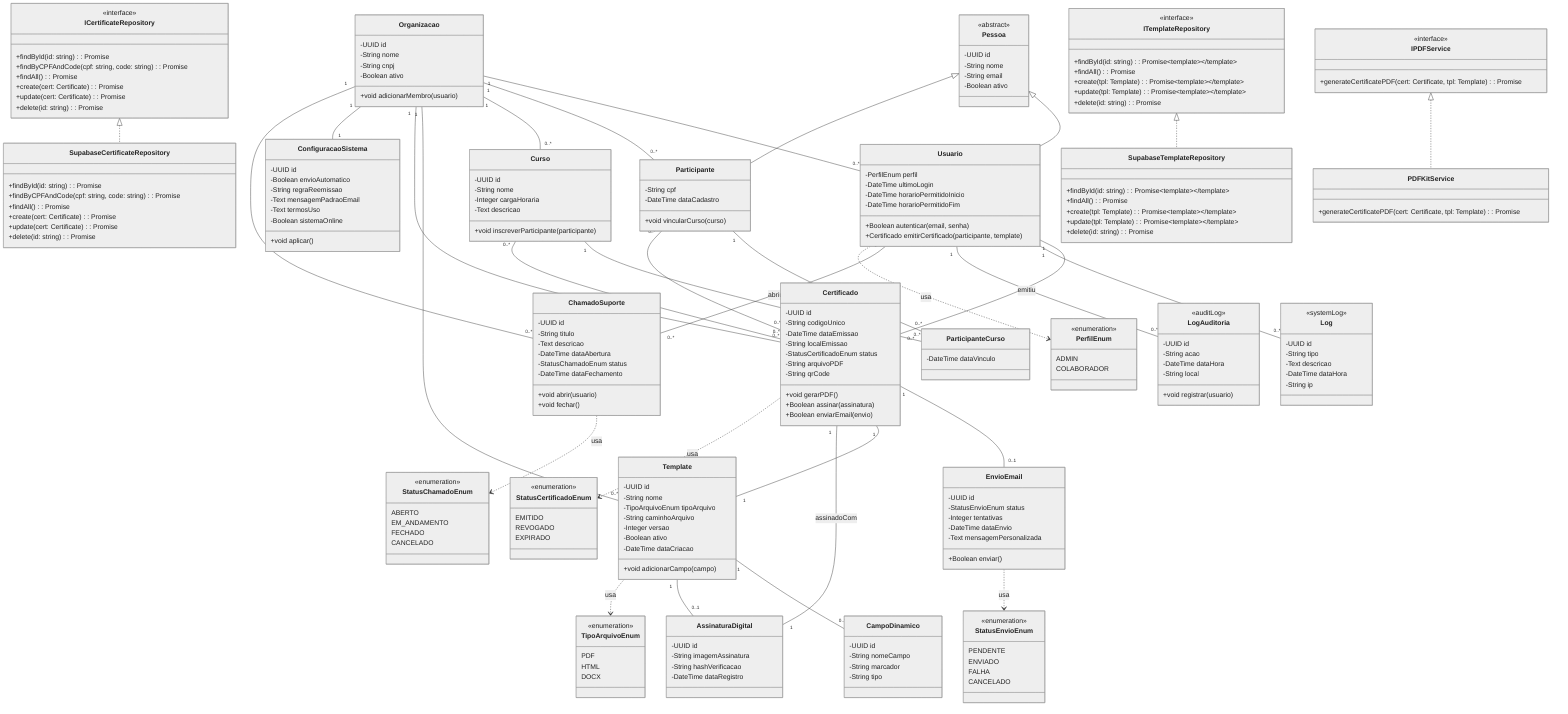
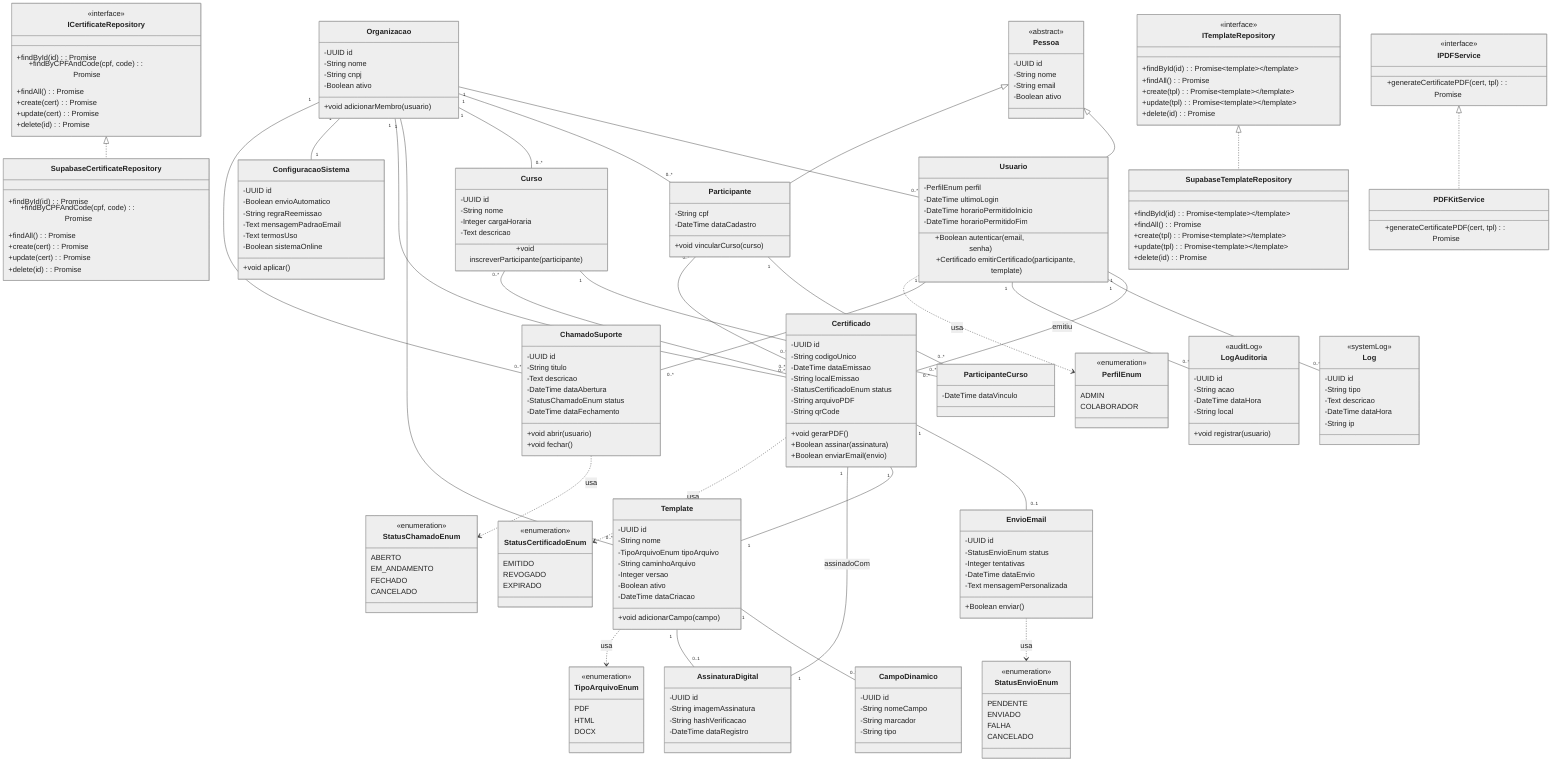
- %%{init: {'theme': 'neutral', 'themeVariables': {'lineColor': '#333333', 'primaryTextColor': '#222222', 'primaryColor': '#f4f4f4', 'primaryBorderColor': '#333333', 'secondaryColor': '#ffffff', 'fontSize': '16px', 'fontFamily': 'Arial'}}}%%
+ %%{init: {'theme': 'neutral', 'themeVariables': {'lineColor': '#333333', 'primaryTextColor': '#222222', 'primaryColor': '#f4f4f4', 'primaryBorderColor': '#333333', 'secondaryColor': '#ffffff', 'fontSize': '18px', 'fontFamily': 'Arial'}}}%%
classDiagram
+     direction TB
+ 
    class Pessoa {
      <<abstract>>
      -UUID id
      -String nome
      -String email
      -Boolean ativo
    }
    class Usuario {
      -PerfilEnum perfil
      -DateTime ultimoLogin
      -DateTime horarioPermitidoInicio
      -DateTime horarioPermitidoFim
      +Boolean autenticar(email, senha)
      +Certificado emitirCertificado(participante, template)
    }
    class Participante {
      -String cpf
      -DateTime dataCadastro
      +void vincularCurso(curso)
    }
    class Organizacao {
      -UUID id
      -String nome
      -String cnpj
      -Boolean ativo
      +void adicionarMembro(usuario)
    }
    class Curso {
      -UUID id
      -String nome
      -Integer cargaHoraria
      -Text descricao
      +void inscreverParticipante(participante)
    }
    class ParticipanteCurso {
      -DateTime dataVinculo
    }
    class Template {
      -UUID id
      -String nome
      -TipoArquivoEnum tipoArquivo
      -String caminhoArquivo
      -Integer versao
      -Boolean ativo
      -DateTime dataCriacao
      +void adicionarCampo(campo)
    }
    class CampoDinamico {
      -UUID id
      -String nomeCampo
      -String marcador
      -String tipo
    }
    class AssinaturaDigital {
      -UUID id
      -String imagemAssinatura
      -String hashVerificacao
      -DateTime dataRegistro
    }
    class Certificado {
      -UUID id
      -String codigoUnico
      -DateTime dataEmissao
      -String localEmissao
      -StatusCertificadoEnum status
      -String arquivoPDF
      -String qrCode
      +void gerarPDF()
      +Boolean assinar(assinatura)
      +Boolean enviarEmail(envio)
    }
    class EnvioEmail {
      -UUID id
      -StatusEnvioEnum status
      -Integer tentativas
      -DateTime dataEnvio
      -Text mensagemPersonalizada
      +Boolean enviar()
    }
    class Log {
      <<systemLog>>
      -UUID id
      -String tipo
      -Text descricao
      -DateTime dataHora
      -String ip
    }
    class LogAuditoria {
      <<auditLog>>
      -UUID id
      -String acao
      -DateTime dataHora
      -String local
      +void registrar(usuario)
    }
    class ConfiguracaoSistema {
      -UUID id
      -Boolean envioAutomatico
      -String regraReemissao
      -Text mensagemPadraoEmail
      -Text termosUso
      -Boolean sistemaOnline
      +void aplicar()
    }
    class ChamadoSuporte {
      -UUID id
      -String titulo
      -Text descricao
      -DateTime dataAbertura
      -StatusChamadoEnum status
      -DateTime dataFechamento
      +void abrir(usuario)
      +void fechar()
    }

-     class ICertificateRepository {
-       <<interface>>
-       +findById(id: string): Promise<Certificate | null>
-       +findByCPFAndCode(cpf: string, code: string): Promise<Certificate | null>
-       +findAll(): Promise<Certificate[]>
-       +create(cert: Certificate): Promise<Certificate>
-       +update(cert: Certificate): Promise<Certificate>
-       +delete(id: string): Promise<void>
-     }
-     class ITemplateRepository {
-       <<interface>>
-       +findById(id: string): Promise<Template | null>
-       +findAll(): Promise<Template[]>
-       +create(tpl: Template): Promise<Template>
-       +update(tpl: Template): Promise<Template>
-       +delete(id: string): Promise<void>
-     }
-     class IPDFService {
-       <<interface>>
-       +generateCertificatePDF(cert: Certificate, tpl: Template): Promise<Buffer>
-     }
-     class SupabaseCertificateRepository {
-       +findById(id: string): Promise<Certificate | null>
-       +findByCPFAndCode(cpf: string, code: string): Promise<Certificate | null>
-       +findAll(): Promise<Certificate[]>
-       +create(cert: Certificate): Promise<Certificate>
-       +update(cert: Certificate): Promise<Certificate>
-       +delete(id: string): Promise<void>
-     }
-     class SupabaseTemplateRepository {
-       +findById(id: string): Promise<Template | null>
-       +findAll(): Promise<Template[]>
-       +create(tpl: Template): Promise<Template>
-       +update(tpl: Template): Promise<Template>
-       +delete(id: string): Promise<void>
-     }
-     class PDFKitService {
-       +generateCertificatePDF(cert: Certificate, tpl: Template): Promise<Buffer>
-     }
- 
    class PerfilEnum {
      <<enumeration>>
      ADMIN
      COLABORADOR
    }
    class TipoArquivoEnum {
      <<enumeration>>
      PDF
      HTML
      DOCX
    }
    class StatusCertificadoEnum {
      <<enumeration>>
      EMITIDO
      REVOGADO
      EXPIRADO
    }
    class StatusEnvioEnum {
      <<enumeration>>
      PENDENTE
      ENVIADO
      FALHA
      CANCELADO
    }
    class StatusChamadoEnum {
      <<enumeration>>
      ABERTO
      EM_ANDAMENTO
      FECHADO
      CANCELADO
    }

+     %% Interfaces e implementações (embaixo)
+     class ICertificateRepository {
+       <<interface>>
+       +findById(id): Promise<Certificate | null>
+       +findByCPFAndCode(cpf, code): Promise<Certificate | null>
+       +findAll(): Promise<Certificate[]>
+       +create(cert): Promise<Certificate>
+       +update(cert): Promise<Certificate>
+       +delete(id): Promise<void>
+     }
+     class ITemplateRepository {
+       <<interface>>
+       +findById(id): Promise<Template | null>
+       +findAll(): Promise<Template[]>
+       +create(tpl): Promise<Template>
+       +update(tpl): Promise<Template>
+       +delete(id): Promise<void>
+     }
+     class IPDFService {
+       <<interface>>
+       +generateCertificatePDF(cert, tpl): Promise<Buffer>
+     }
+     class SupabaseCertificateRepository {
+       +findById(id): Promise<Certificate | null>
+       +findByCPFAndCode(cpf, code): Promise<Certificate | null>
+       +findAll(): Promise<Certificate[]>
+       +create(cert): Promise<Certificate>
+       +update(cert): Promise<Certificate>
+       +delete(id): Promise<void>
+     }
+     class SupabaseTemplateRepository {
+       +findById(id): Promise<Template | null>
+       +findAll(): Promise<Template[]>
+       +create(tpl): Promise<Template>
+       +update(tpl): Promise<Template>
+       +delete(id): Promise<void>
+     }
+     class PDFKitService {
+       +generateCertificatePDF(cert, tpl): Promise<Buffer>
+     }
+ 
+     %% Relacionamentos principais (topo)
    Pessoa <|-- Usuario
    Pessoa <|-- Participante

    Organizacao "1" -- "0..*" Usuario
    Organizacao "1" -- "0..*" Participante
    Organizacao "1" -- "0..*" Curso
    Organizacao "1" -- "0..*" Template
    Organizacao "1" -- "0..*" Certificado
    Organizacao "1" -- "1" ConfiguracaoSistema
    Organizacao "1" -- "0..*" ChamadoSuporte

    Participante "1" -- "0..*" ParticipanteCurso
    Curso "1" -- "0..*" ParticipanteCurso
    Template "1" -- "0..*" CampoDinamico
    Template "1" -- "0..1" AssinaturaDigital

    Usuario "1" -- "0..*" Certificado : emitiu
    Usuario "1" -- "0..*" Log
    Usuario "1" -- "0..*" LogAuditoria
    Usuario "1" -- "0..*" ChamadoSuporte : abriu

    Participante "0..*" -- "0..*" Certificado
    Curso "0..*" -- "0..*" Certificado

    Certificado "1" -- "0..1" EnvioEmail
    Certificado "1" -- "1" Template
    Certificado "1" -- "1" AssinaturaDigital : assinadoCom

+     %% Dependências de enumerações
    Usuario ..> PerfilEnum : usa
    Template ..> TipoArquivoEnum : usa
    Certificado ..> StatusCertificadoEnum : usa
    EnvioEmail ..> StatusEnvioEnum : usa
    ChamadoSuporte ..> StatusChamadoEnum : usa

+     %% Interfaces e realizações (embaixo - fluxo vertical)
    ICertificateRepository <|.. SupabaseCertificateRepository
    ITemplateRepository <|.. SupabaseTemplateRepository
-     IPDFService <|.. PDFKitService
+     IPDFService <|.. PDFKitService